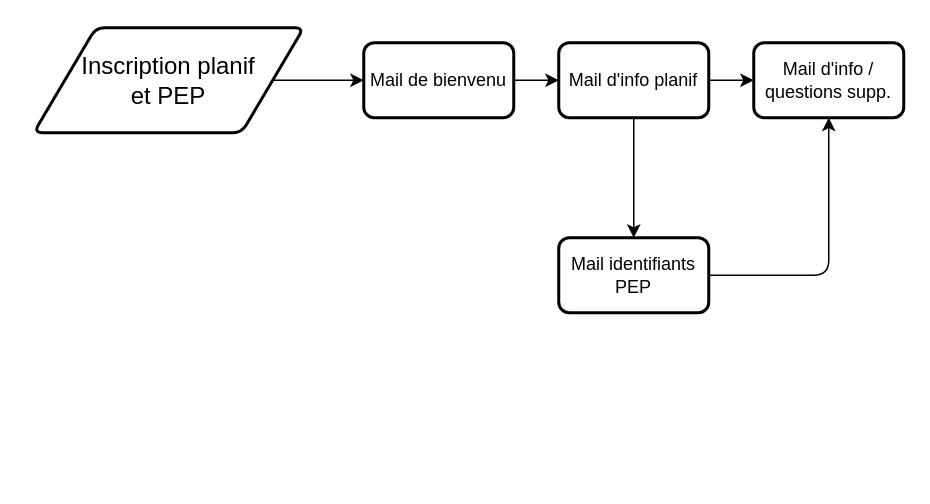
Before: COVID-19 Task Force HR process.drawio in ConusV01/COVID_Task_Force_HR_process, a draw.io diagram. Source tidied: cells renumbered, new cells numbered last; positions are measured from the earlier drawing's top-left corner, leaving out a move shared by most shapes. Both pictures are drawn from the tidied source at 150%, with x=0, y=0 at pixel (33, 27).
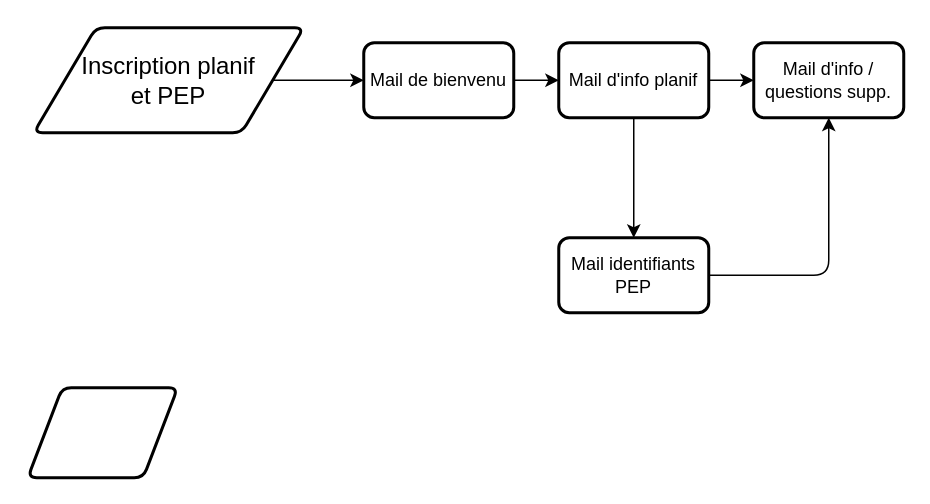
After the change.

What changed in the source:
```diff
@@
 <mxGraphModel>
   <root>
     <mxCell id="0" />
     <mxCell id="1" parent="0" />
     <mxCell id="2" style="edgeStyle=orthogonalEdgeStyle;jettySize=auto;html=1;exitX=1;exitY=0.5;exitDx=0;exitDy=0;entryX=0;entryY=0.5;entryDx=0;entryDy=0;" parent="1" edge="1" source="3" target="8">
       <mxGeometry relative="1" as="geometry" />
     </mxCell>
     <mxCell id="3" value="Mail de bienvenu" style="whiteSpace=wrap;html=1;absoluteArcSize=1;arcSize=14;strokeWidth=2;rounded=1;" parent="1" vertex="1">
       <mxGeometry x="220" y="10" width="100" height="50" as="geometry" />
     </mxCell>
     <mxCell id="4" style="edgeStyle=orthogonalEdgeStyle;jettySize=auto;html=1;exitX=1;exitY=0.5;exitDx=0;exitDy=0;" parent="1" edge="1" source="5" target="3">
       <mxGeometry relative="1" as="geometry" />
     </mxCell>
     <mxCell id="5" value="&lt;p style=&quot;margin-top: 0pt ; margin-bottom: 0pt ; margin-left: 0in ; direction: ltr ; unicode-bidi: embed ; word-break: normal&quot;&gt;&lt;span style=&quot;font-size: 12pt ; font-family: &amp;#34;calibri&amp;#34;&quot;&gt;Inscription &lt;/span&gt;&lt;span style=&quot;font-size: 12pt ; font-family: &amp;#34;calibri&amp;#34;&quot;&gt;planif&lt;br/&gt;&lt;/span&gt;&lt;span style=&quot;font-size: 12pt ; font-family: &amp;#34;calibri&amp;#34;&quot;&gt;et &lt;/span&gt;&lt;span style=&quot;font-size: 12pt ; font-family: &amp;#34;calibri&amp;#34;&quot;&gt;PEP&lt;/span&gt;&lt;/p&gt;" style="shape=parallelogram;html=1;strokeWidth=2;perimeter=parallelogramPerimeter;whiteSpace=wrap;arcSize=12;size=0.23;rounded=1;" parent="1" vertex="1">
       <mxGeometry width="180" height="70" as="geometry" />
     </mxCell>
     <mxCell id="6" style="edgeStyle=orthogonalEdgeStyle;jettySize=auto;html=1;exitX=0.5;exitY=1;exitDx=0;exitDy=0;entryX=0.5;entryY=0;entryDx=0;entryDy=0;" parent="1" edge="1" source="8" target="10">
       <mxGeometry relative="1" as="geometry" />
     </mxCell>
     <mxCell id="7" style="edgeStyle=orthogonalEdgeStyle;jettySize=auto;html=1;exitX=1;exitY=0.5;exitDx=0;exitDy=0;entryX=0;entryY=0.5;entryDx=0;entryDy=0;" parent="1" edge="1" source="8" target="11">
       <mxGeometry relative="1" as="geometry" />
     </mxCell>
     <mxCell id="8" value="Mail d'info planif" style="whiteSpace=wrap;html=1;absoluteArcSize=1;arcSize=14;strokeWidth=2;rounded=1;" parent="1" vertex="1">
       <mxGeometry x="350" y="10" width="100" height="50" as="geometry" />
     </mxCell>
     <mxCell id="9" style="edgeStyle=orthogonalEdgeStyle;jettySize=auto;html=1;exitX=1;exitY=0.5;exitDx=0;exitDy=0;entryX=0.5;entryY=1;entryDx=0;entryDy=0;" parent="1" edge="1" source="10" target="11">
       <mxGeometry relative="1" as="geometry" />
     </mxCell>
     <mxCell id="10" value="Mail identifiants PEP" style="whiteSpace=wrap;html=1;absoluteArcSize=1;arcSize=14;strokeWidth=2;rounded=1;" parent="1" vertex="1">
       <mxGeometry x="350" y="140" width="100" height="50" as="geometry" />
     </mxCell>
     <mxCell id="11" value="Mail d'info / questions supp." style="whiteSpace=wrap;html=1;absoluteArcSize=1;arcSize=14;strokeWidth=2;rounded=1;" parent="1" vertex="1">
       <mxGeometry x="480" y="10" width="100" height="50" as="geometry" />
     </mxCell>
+    <mxCell id="12" style="shape=parallelogram;html=1;strokeWidth=2;perimeter=parallelogramPerimeter;whiteSpace=wrap;rounded=1;arcSize=12;size=0.23;" parent="1" vertex="1">
+      <mxGeometry x="-4" y="240" width="100" height="60" as="geometry" />
+    </mxCell>
   </root>
 </mxGraphModel>
```
